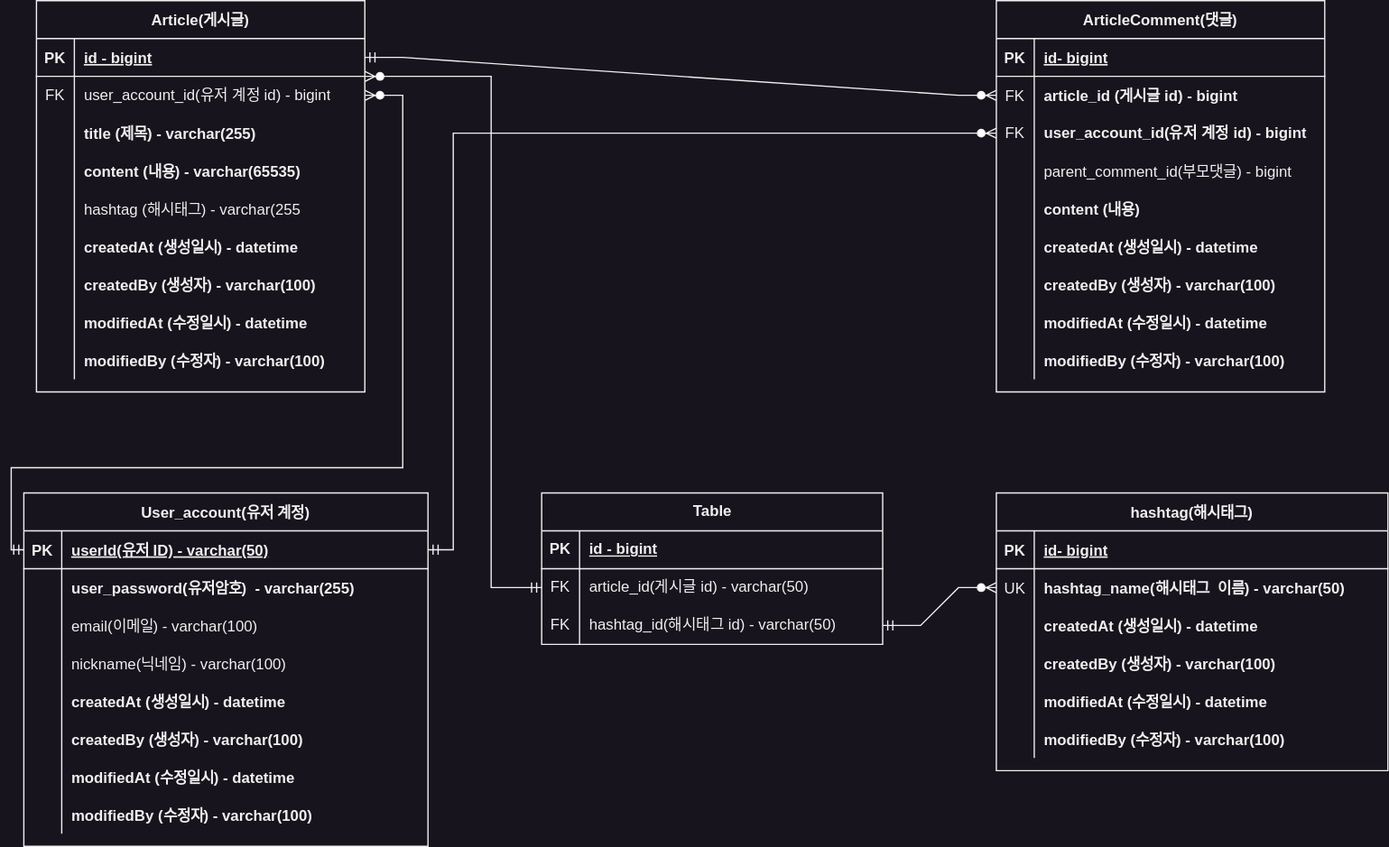
Above: documentation/erd_v1.1.svg in yunhoknight/fastcampus-project-board (draw.io), before the change. Source tidied: cells renumbered, new cells last; positions are measured from the earlier drawing's top-left corner, leaving out a move shared by most shapes.
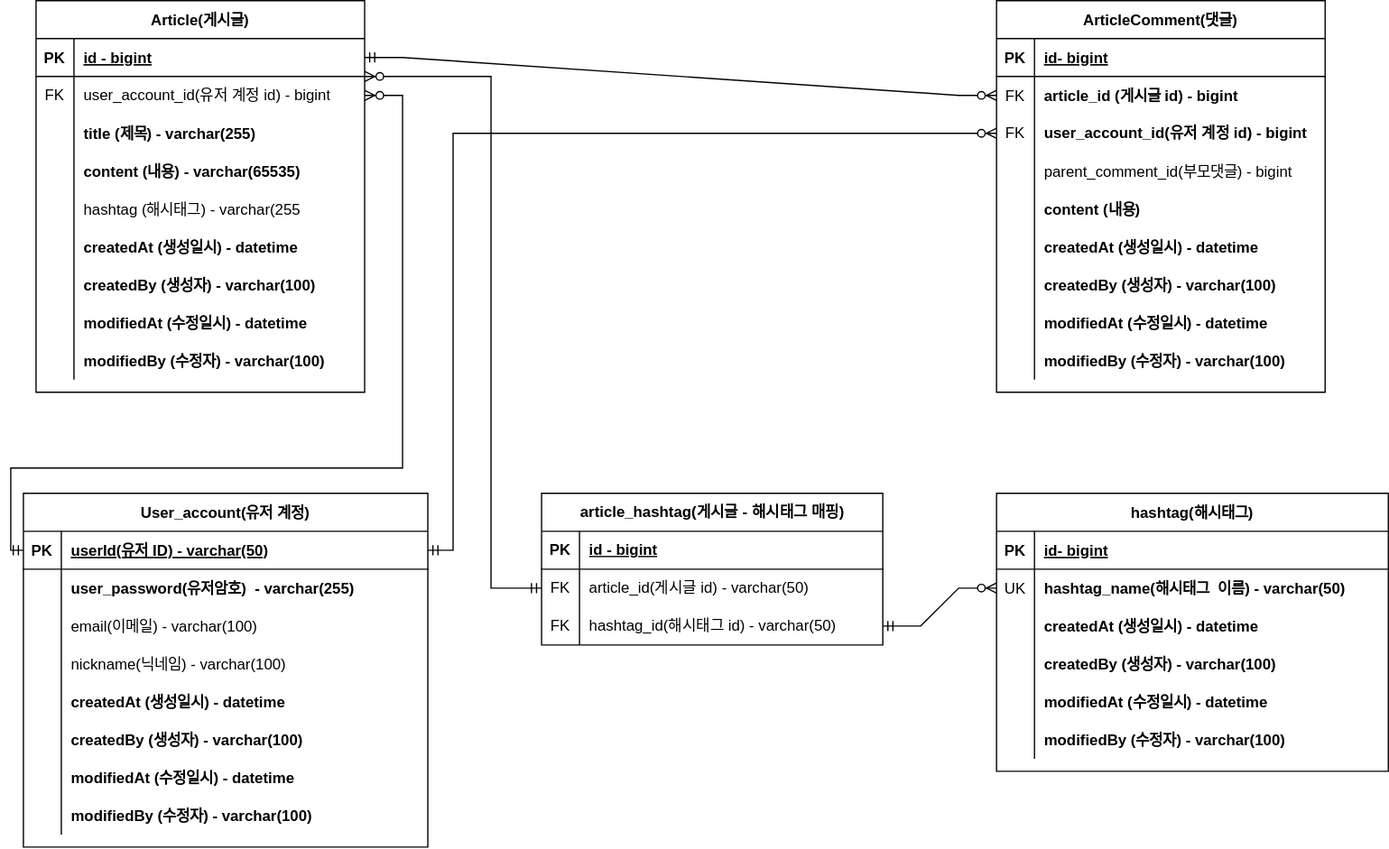
After the change.

What changed in the source:
```diff
@@ -252,7 +252,7 @@
     <mxCell id="83" value="modifiedBy (수정자) - varchar(100)" style="shape=partialRectangle;overflow=hidden;fillColor=none;top=0;left=0;bottom=0;right=0;align=left;spacingLeft=6;fontStyle=1;" parent="81" vertex="1">
       <mxGeometry x="30" width="290" height="30" as="geometry" />
     </mxCell>
-    <mxCell id="84" value="Table" style="shape=table;startSize=30;rowLines=0;fontStyle=1;align=center;html=1;" parent="1" vertex="1">
+    <mxCell id="84" value="article_hashtag(게시글 - 해시태그 매핑)" style="shape=table;startSize=30;rowLines=0;fontStyle=1;align=center;html=1;" parent="1" vertex="1">
       <mxGeometry x="420" y="425" width="270" height="120" as="geometry" />
     </mxCell>
     <mxCell id="85" style="shape=tableRow;horizontal=0;startSize=0;swimlaneHead=0;swimlaneBody=0;fillColor=none;top=0;left=0;right=0;bottom=1;" parent="84" vertex="1">
```
